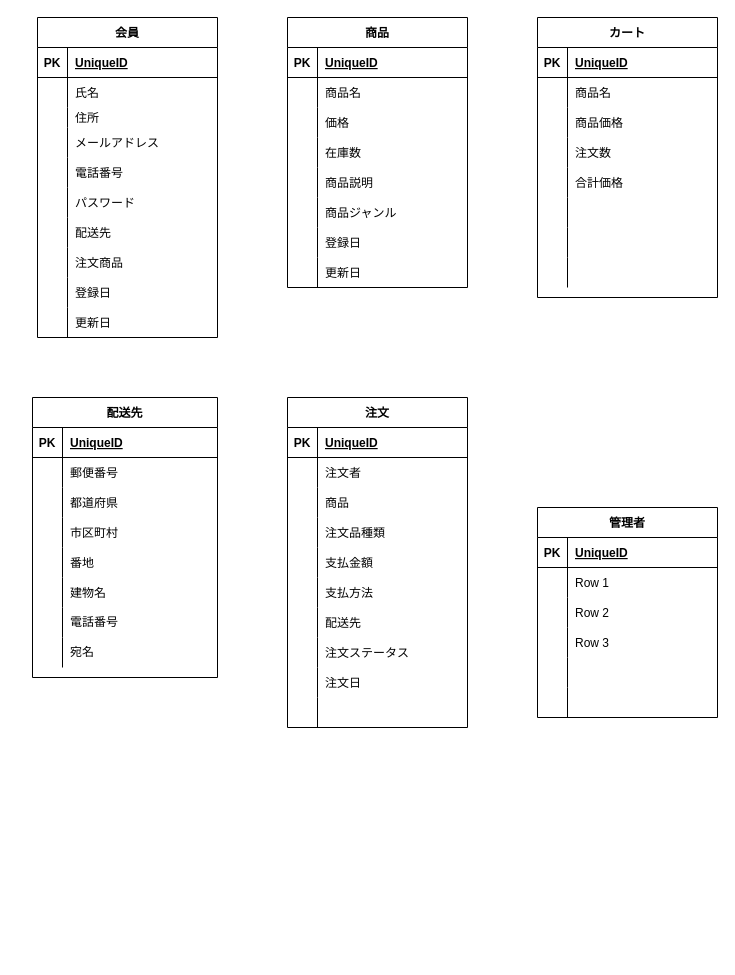
Above: WCPチーム開発ER図.drawio in TOMOKIHAGUI/WCR-TEAM_ER (draw.io), before the change. Source tidied: cells renumbered, new cells numbered last; positions are measured from the earlier drawing's top-left corner, leaving out a move shared by most shapes. Both pictures are drawn from the tidied source at 100%, with x=0, y=0 at pixel (32, 17).
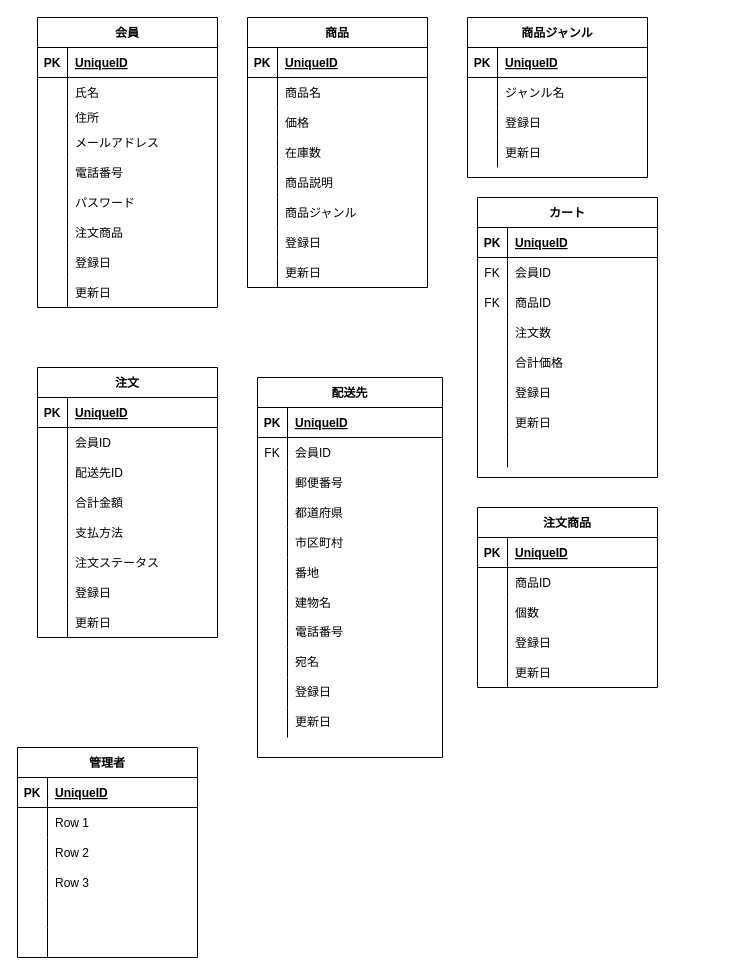
After the change.

Commit message (it also covers changes not shown here):
WCPチーム開発ER図.drawio を更新します

The change refers to these unchanged cells:
```xml
<mxCell id="87" style="shape=partialRectangle;fillColor=none;top=0;left=0;bottom=0;right=0;" parent="83" vertex="1">
  <mxGeometry y="60" width="180" height="30" as="geometry" />
</mxCell>
<mxCell id="149" style="shape=partialRectangle;fillColor=none;top=0;left=0;bottom=0;right=0;" parent="133" vertex="1">
  <mxGeometry y="180" width="180" height="30" as="geometry" />
</mxCell>
<mxCell id="152" style="shape=partialRectangle;fillColor=none;top=0;left=0;bottom=0;right=0;" parent="133" vertex="1">
  <mxGeometry y="210" width="180" height="30" as="geometry" />
</mxCell>
```

Diff of the diagram source:
```diff
@@
     <mxCell id="2" value="会員" style="shape=table;startSize=30;childLayout=tableLayout;rowLines=0;fontStyle=1;align=center;" parent="1" vertex="1">
-      <mxGeometry x="5" width="180" height="320" as="geometry" />
+      <mxGeometry x="5" width="180" height="290" as="geometry" />
     </mxCell>
@@
-    <mxCell id="21" style="shape=partialRectangle;fillColor=none;top=0;left=0;bottom=0;right=0;" parent="2" vertex="1">
-      <mxGeometry y="200" width="180" height="30" as="geometry" />
-    </mxCell>
-    <mxCell id="22" style="shape=partialRectangle;fillColor=none;top=0;left=0;bottom=0;right=0;overflow=hidden;" parent="21" vertex="1">
-      <mxGeometry width="30" height="30" as="geometry" />
-    </mxCell>
-    <mxCell id="23" value="配送先" style="shape=partialRectangle;fillColor=none;top=0;left=0;bottom=0;right=0;align=left;spacingLeft=6;overflow=hidden;" parent="21" vertex="1">
-      <mxGeometry x="30" width="150" height="30" as="geometry" />
-    </mxCell>
     <mxCell id="24" style="shape=partialRectangle;fillColor=none;top=0;left=0;bottom=0;right=0;" parent="2" vertex="1">
-      <mxGeometry y="230" width="180" height="30" as="geometry" />
+      <mxGeometry y="200" width="180" height="30" as="geometry" />
     </mxCell>
@@
     <mxCell id="27" style="shape=partialRectangle;fillColor=none;top=0;left=0;bottom=0;right=0;" parent="2" vertex="1">
-      <mxGeometry y="260" width="180" height="30" as="geometry" />
+      <mxGeometry y="230" width="180" height="30" as="geometry" />
     </mxCell>
@@
     <mxCell id="30" style="shape=partialRectangle;fillColor=none;top=0;left=0;bottom=0;right=0;" parent="2" vertex="1">
-      <mxGeometry y="290" width="180" height="30" as="geometry" />
+      <mxGeometry y="260" width="180" height="30" as="geometry" />
     </mxCell>
@@
     <mxCell id="33" value="商品" style="shape=table;startSize=30;childLayout=tableLayout;rowLines=0;fontStyle=1;align=center;" parent="1" vertex="1">
-      <mxGeometry x="255" width="180" height="270" as="geometry" />
+      <mxGeometry x="215" width="180" height="270" as="geometry" />
     </mxCell>
@@
     <mxCell id="58" value="配送先" style="shape=table;startSize=30;childLayout=tableLayout;rowLines=0;fontStyle=1;align=center;" parent="1" vertex="1">
-      <mxGeometry y="380" width="185" height="280" as="geometry" />
+      <mxGeometry x="225" y="360" width="185" height="380" as="geometry" />
     </mxCell>
@@
+    <mxCell id="158" style="shape=partialRectangle;fillColor=none;top=0;left=0;bottom=0;right=0;" parent="58" vertex="1">
+      <mxGeometry y="60" width="185" height="30" as="geometry" />
+    </mxCell>
+    <mxCell id="159" value="FK" style="shape=partialRectangle;fillColor=none;top=0;left=0;bottom=0;right=0;overflow=hidden;" parent="158" vertex="1">
+      <mxGeometry width="30" height="30" as="geometry" />
+    </mxCell>
+    <mxCell id="160" value="会員ID" style="shape=partialRectangle;fillColor=none;top=0;left=0;bottom=0;right=0;align=left;spacingLeft=6;overflow=hidden;" parent="158" vertex="1">
+      <mxGeometry x="30" width="155" height="30" as="geometry" />
+    </mxCell>
     <mxCell id="62" style="shape=partialRectangle;fillColor=none;top=0;left=0;bottom=0;right=0;" parent="58" vertex="1">
-      <mxGeometry y="60" width="185" height="30" as="geometry" />
+      <mxGeometry y="90" width="185" height="30" as="geometry" />
     </mxCell>
@@
     <mxCell id="65" style="shape=partialRectangle;fillColor=none;top=0;left=0;bottom=0;right=0;" parent="58" vertex="1">
-      <mxGeometry y="90" width="185" height="30" as="geometry" />
+      <mxGeometry y="120" width="185" height="30" as="geometry" />
     </mxCell>
@@
     <mxCell id="68" style="shape=partialRectangle;fillColor=none;top=0;left=0;bottom=0;right=0;" parent="58" vertex="1">
-      <mxGeometry y="120" width="185" height="30" as="geometry" />
+      <mxGeometry y="150" width="185" height="30" as="geometry" />
     </mxCell>
@@
     <mxCell id="71" style="shape=partialRectangle;fillColor=none;top=0;left=0;bottom=0;right=0;" parent="58" vertex="1">
-      <mxGeometry y="150" width="185" height="30" as="geometry" />
+      <mxGeometry y="180" width="185" height="30" as="geometry" />
     </mxCell>
@@
     <mxCell id="74" style="shape=partialRectangle;fillColor=none;top=0;left=0;bottom=0;right=0;" parent="58" vertex="1">
-      <mxGeometry y="180" width="185" height="30" as="geometry" />
+      <mxGeometry y="210" width="185" height="30" as="geometry" />
     </mxCell>
@@
     <mxCell id="77" style="shape=partialRectangle;fillColor=none;top=0;left=0;bottom=0;right=0;" parent="58" vertex="1">
-      <mxGeometry y="210" width="185" height="30" as="geometry" />
+      <mxGeometry y="240" width="185" height="30" as="geometry" />
     </mxCell>
@@
     <mxCell id="80" style="shape=partialRectangle;fillColor=none;top=0;left=0;bottom=0;right=0;" parent="58" vertex="1">
-      <mxGeometry y="240" width="185" height="30" as="geometry" />
+      <mxGeometry y="270" width="185" height="30" as="geometry" />
     </mxCell>
@@
+    <mxCell id="161" style="shape=partialRectangle;fillColor=none;top=0;left=0;bottom=0;right=0;" parent="58" vertex="1">
+      <mxGeometry y="300" width="185" height="30" as="geometry" />
+    </mxCell>
+    <mxCell id="162" style="shape=partialRectangle;fillColor=none;top=0;left=0;bottom=0;right=0;overflow=hidden;" parent="161" vertex="1">
+      <mxGeometry width="30" height="30" as="geometry" />
+    </mxCell>
+    <mxCell id="163" value="登録日" style="shape=partialRectangle;fillColor=none;top=0;left=0;bottom=0;right=0;align=left;spacingLeft=6;overflow=hidden;whiteSpace=wrap;" parent="161" vertex="1">
+      <mxGeometry x="30" width="155" height="30" as="geometry" />
+    </mxCell>
+    <mxCell id="164" style="shape=partialRectangle;fillColor=none;top=0;left=0;bottom=0;right=0;" parent="58" vertex="1">
+      <mxGeometry y="330" width="185" height="30" as="geometry" />
+    </mxCell>
+    <mxCell id="165" style="shape=partialRectangle;fillColor=none;top=0;left=0;bottom=0;right=0;overflow=hidden;" parent="164" vertex="1">
+      <mxGeometry width="30" height="30" as="geometry" />
+    </mxCell>
+    <mxCell id="166" value="更新日" style="shape=partialRectangle;fillColor=none;top=0;left=0;bottom=0;right=0;align=left;spacingLeft=6;overflow=hidden;whiteSpace=wrap;" parent="164" vertex="1">
+      <mxGeometry x="30" width="155" height="30" as="geometry" />
+    </mxCell>
     <mxCell id="83" value="注文" style="shape=table;startSize=30;childLayout=tableLayout;rowLines=0;fontStyle=1;align=center;" parent="1" vertex="1">
-      <mxGeometry x="255" y="380" width="180" height="330" as="geometry" />
+      <mxGeometry x="5" y="350" width="180" height="270" as="geometry" />
     </mxCell>
@@
-    <mxCell id="89" value="注文者" style="shape=partialRectangle;fillColor=none;top=0;left=0;bottom=0;right=0;align=left;spacingLeft=6;overflow=hidden;" parent="87" vertex="1">
+    <mxCell id="89" value="会員ID" style="shape=partialRectangle;fillColor=none;top=0;left=0;bottom=0;right=0;align=left;spacingLeft=6;overflow=hidden;" parent="87" vertex="1">
       <mxGeometry x="30" width="150" height="30" as="geometry" />
     </mxCell>
-    <mxCell id="90" style="shape=partialRectangle;fillColor=none;top=0;left=0;bottom=0;right=0;" parent="83" vertex="1">
-      <mxGeometry y="90" width="180" height="30" as="geometry" />
-    </mxCell>
-    <mxCell id="91" style="shape=partialRectangle;fillColor=none;top=0;left=0;bottom=0;right=0;overflow=hidden;" parent="90" vertex="1">
-      <mxGeometry width="30" height="30" as="geometry" />
-    </mxCell>
-    <mxCell id="92" value="商品" style="shape=partialRectangle;fillColor=none;top=0;left=0;bottom=0;right=0;align=left;spacingLeft=6;overflow=hidden;" parent="90" vertex="1">
-      <mxGeometry x="30" width="150" height="30" as="geometry" />
-    </mxCell>
-    <mxCell id="93" style="shape=partialRectangle;fillColor=none;top=0;left=0;bottom=0;right=0;" parent="83" vertex="1">
-      <mxGeometry y="120" width="180" height="30" as="geometry" />
-    </mxCell>
-    <mxCell id="94" style="shape=partialRectangle;fillColor=none;top=0;left=0;bottom=0;right=0;overflow=hidden;" parent="93" vertex="1">
-      <mxGeometry width="30" height="30" as="geometry" />
-    </mxCell>
-    <mxCell id="95" value="注文品種類" style="shape=partialRectangle;fillColor=none;top=0;left=0;bottom=0;right=0;align=left;spacingLeft=6;overflow=hidden;" parent="93" vertex="1">
-      <mxGeometry x="30" width="150" height="30" as="geometry" />
-    </mxCell>
+    <mxCell id="167" style="shape=partialRectangle;fillColor=none;top=0;left=0;bottom=0;right=0;" parent="83" vertex="1">
+      <mxGeometry y="90" width="180" height="30" as="geometry" />
+    </mxCell>
+    <mxCell id="168" style="shape=partialRectangle;fillColor=none;top=0;left=0;bottom=0;right=0;overflow=hidden;" parent="167" vertex="1">
+      <mxGeometry width="30" height="30" as="geometry" />
+    </mxCell>
+    <mxCell id="169" value="配送先ID" style="shape=partialRectangle;fillColor=none;top=0;left=0;bottom=0;right=0;align=left;spacingLeft=6;overflow=hidden;" parent="167" vertex="1">
+      <mxGeometry x="30" width="150" height="30" as="geometry" />
+    </mxCell>
     <mxCell id="96" style="shape=partialRectangle;fillColor=none;top=0;left=0;bottom=0;right=0;" parent="83" vertex="1">
-      <mxGeometry y="150" width="180" height="30" as="geometry" />
+      <mxGeometry y="120" width="180" height="30" as="geometry" />
     </mxCell>
@@
-    <mxCell id="98" value="支払金額" style="shape=partialRectangle;fillColor=none;top=0;left=0;bottom=0;right=0;align=left;spacingLeft=6;overflow=hidden;" parent="96" vertex="1">
+    <mxCell id="98" value="合計金額" style="shape=partialRectangle;fillColor=none;top=0;left=0;bottom=0;right=0;align=left;spacingLeft=6;overflow=hidden;" parent="96" vertex="1">
       <mxGeometry x="30" width="150" height="30" as="geometry" />
     </mxCell>
     <mxCell id="99" style="shape=partialRectangle;fillColor=none;top=0;left=0;bottom=0;right=0;" parent="83" vertex="1">
-      <mxGeometry y="180" width="180" height="30" as="geometry" />
+      <mxGeometry y="150" width="180" height="30" as="geometry" />
     </mxCell>
@@
-    <mxCell id="102" style="shape=partialRectangle;fillColor=none;top=0;left=0;bottom=0;right=0;" parent="83" vertex="1">
-      <mxGeometry y="210" width="180" height="30" as="geometry" />
-    </mxCell>
-    <mxCell id="103" style="shape=partialRectangle;fillColor=none;top=0;left=0;bottom=0;right=0;overflow=hidden;" parent="102" vertex="1">
-      <mxGeometry width="30" height="30" as="geometry" />
-    </mxCell>
-    <mxCell id="104" value="配送先" style="shape=partialRectangle;fillColor=none;top=0;left=0;bottom=0;right=0;align=left;spacingLeft=6;overflow=hidden;" parent="102" vertex="1">
-      <mxGeometry x="30" width="150" height="30" as="geometry" />
-    </mxCell>
     <mxCell id="105" style="shape=partialRectangle;fillColor=none;top=0;left=0;bottom=0;right=0;" parent="83" vertex="1">
-      <mxGeometry y="240" width="180" height="30" as="geometry" />
+      <mxGeometry y="180" width="180" height="30" as="geometry" />
     </mxCell>
@@
     <mxCell id="108" style="shape=partialRectangle;fillColor=none;top=0;left=0;bottom=0;right=0;" parent="83" vertex="1">
-      <mxGeometry y="270" width="180" height="30" as="geometry" />
+      <mxGeometry y="210" width="180" height="30" as="geometry" />
     </mxCell>
@@
-    <mxCell id="110" value="注文日" style="shape=partialRectangle;fillColor=none;top=0;left=0;bottom=0;right=0;align=left;spacingLeft=6;overflow=hidden;" parent="108" vertex="1">
+    <mxCell id="110" value="登録日" style="shape=partialRectangle;fillColor=none;top=0;left=0;bottom=0;right=0;align=left;spacingLeft=6;overflow=hidden;" parent="108" vertex="1">
       <mxGeometry x="30" width="150" height="30" as="geometry" />
     </mxCell>
     <mxCell id="111" style="shape=partialRectangle;fillColor=none;top=0;left=0;bottom=0;right=0;" parent="83" vertex="1">
-      <mxGeometry y="300" width="180" height="30" as="geometry" />
+      <mxGeometry y="240" width="180" height="30" as="geometry" />
     </mxCell>
@@
-    <mxCell id="113" style="shape=partialRectangle;fillColor=none;top=0;left=0;bottom=0;right=0;align=left;spacingLeft=6;overflow=hidden;" parent="111" vertex="1">
+    <mxCell id="113" value="更新日" style="shape=partialRectangle;fillColor=none;top=0;left=0;bottom=0;right=0;align=left;spacingLeft=6;overflow=hidden;" parent="111" vertex="1">
       <mxGeometry x="30" width="150" height="30" as="geometry" />
     </mxCell>
     <mxCell id="114" value="管理者" style="shape=table;startSize=30;childLayout=tableLayout;rowLines=0;fontStyle=1;align=center;fillColor=none;" parent="1" vertex="1">
-      <mxGeometry x="505" y="490" width="180" height="210" as="geometry" />
+      <mxGeometry x="-15" y="730" width="180" height="210" as="geometry" />
     </mxCell>
@@
     <mxCell id="133" value="カート" style="shape=table;startSize=30;childLayout=tableLayout;rowLines=0;fontStyle=1;align=center;fillColor=none;" parent="1" vertex="1">
-      <mxGeometry x="505" width="180" height="280" as="geometry" />
+      <mxGeometry x="445" y="180" width="180" height="280" as="geometry" />
     </mxCell>
@@
+    <mxCell id="170" style="shape=partialRectangle;fillColor=none;top=0;left=0;bottom=0;right=0;" parent="133" vertex="1">
+      <mxGeometry y="60" width="180" height="30" as="geometry" />
+    </mxCell>
+    <mxCell id="171" value="FK" style="shape=partialRectangle;fillColor=none;top=0;left=0;bottom=0;right=0;overflow=hidden;" parent="170" vertex="1">
+      <mxGeometry width="30" height="30" as="geometry" />
+    </mxCell>
+    <mxCell id="172" value="会員ID" style="shape=partialRectangle;fillColor=none;top=0;left=0;bottom=0;right=0;align=left;spacingLeft=6;overflow=hidden;" parent="170" vertex="1">
+      <mxGeometry x="30" width="150" height="30" as="geometry" />
+    </mxCell>
     <mxCell id="137" style="shape=partialRectangle;fillColor=none;top=0;left=0;bottom=0;right=0;" parent="133" vertex="1">
-      <mxGeometry y="60" width="180" height="30" as="geometry" />
+      <mxGeometry y="90" width="180" height="30" as="geometry" />
     </mxCell>
-    <mxCell id="138" style="shape=partialRectangle;fillColor=none;top=0;left=0;bottom=0;right=0;overflow=hidden;" parent="137" vertex="1">
+    <mxCell id="138" value="FK" style="shape=partialRectangle;fillColor=none;top=0;left=0;bottom=0;right=0;overflow=hidden;" parent="137" vertex="1">
       <mxGeometry width="30" height="30" as="geometry" />
     </mxCell>
-    <mxCell id="139" value="商品名" style="shape=partialRectangle;fillColor=none;top=0;left=0;bottom=0;right=0;align=left;spacingLeft=6;overflow=hidden;" parent="137" vertex="1">
+    <mxCell id="139" value="商品ID" style="shape=partialRectangle;fillColor=none;top=0;left=0;bottom=0;right=0;align=left;spacingLeft=6;overflow=hidden;" parent="137" vertex="1">
       <mxGeometry x="30" width="150" height="30" as="geometry" />
     </mxCell>
-    <mxCell id="140" style="shape=partialRectangle;fillColor=none;top=0;left=0;bottom=0;right=0;" parent="133" vertex="1">
-      <mxGeometry y="90" width="180" height="30" as="geometry" />
-    </mxCell>
-    <mxCell id="141" style="shape=partialRectangle;fillColor=none;top=0;left=0;bottom=0;right=0;overflow=hidden;" parent="140" vertex="1">
-      <mxGeometry width="30" height="30" as="geometry" />
-    </mxCell>
-    <mxCell id="142" value="商品価格" style="shape=partialRectangle;fillColor=none;top=0;left=0;bottom=0;right=0;align=left;spacingLeft=6;overflow=hidden;" parent="140" vertex="1">
-      <mxGeometry x="30" width="150" height="30" as="geometry" />
-    </mxCell>
@@
-    <mxCell id="151" style="shape=partialRectangle;fillColor=none;top=0;left=0;bottom=0;right=0;align=left;spacingLeft=6;overflow=hidden;" parent="149" vertex="1">
+    <mxCell id="151" value="登録日" style="shape=partialRectangle;fillColor=none;top=0;left=0;bottom=0;right=0;align=left;spacingLeft=6;overflow=hidden;" parent="149" vertex="1">
       <mxGeometry x="30" width="150" height="30" as="geometry" />
     </mxCell>
@@
-    <mxCell id="154" style="shape=partialRectangle;fillColor=none;top=0;left=0;bottom=0;right=0;align=left;spacingLeft=6;overflow=hidden;" parent="152" vertex="1">
+    <mxCell id="154" value="更新日" style="shape=partialRectangle;fillColor=none;top=0;left=0;bottom=0;right=0;align=left;spacingLeft=6;overflow=hidden;" parent="152" vertex="1">
       <mxGeometry x="30" width="150" height="30" as="geometry" />
     </mxCell>
@@
+    <mxCell id="173" value="注文商品" style="shape=table;startSize=30;childLayout=tableLayout;rowLines=0;fontStyle=1;align=center;" parent="1" vertex="1">
+      <mxGeometry x="445" y="490" width="180" height="180" as="geometry" />
+    </mxCell>
+    <mxCell id="174" style="shape=partialRectangle;fillColor=none;top=0;left=0;bottom=1;right=0;" parent="173" vertex="1">
+      <mxGeometry y="30" width="180" height="30" as="geometry" />
+    </mxCell>
+    <mxCell id="175" value="PK" style="shape=partialRectangle;fillColor=none;top=0;left=0;bottom=0;right=0;fontStyle=1;overflow=hidden;" parent="174" vertex="1">
+      <mxGeometry width="30" height="30" as="geometry" />
+    </mxCell>
+    <mxCell id="176" value="UniqueID" style="shape=partialRectangle;fillColor=none;top=0;left=0;bottom=0;right=0;align=left;spacingLeft=6;fontStyle=5;overflow=hidden;" parent="174" vertex="1">
+      <mxGeometry x="30" width="150" height="30" as="geometry" />
+    </mxCell>
+    <mxCell id="177" style="shape=partialRectangle;fillColor=none;top=0;left=0;bottom=0;right=0;" parent="173" vertex="1">
+      <mxGeometry y="60" width="180" height="30" as="geometry" />
+    </mxCell>
+    <mxCell id="178" style="shape=partialRectangle;fillColor=none;top=0;left=0;bottom=0;right=0;overflow=hidden;" parent="177" vertex="1">
+      <mxGeometry width="30" height="30" as="geometry" />
+    </mxCell>
+    <mxCell id="179" value="商品ID" style="shape=partialRectangle;fillColor=none;top=0;left=0;bottom=0;right=0;align=left;spacingLeft=6;overflow=hidden;" parent="177" vertex="1">
+      <mxGeometry x="30" width="150" height="30" as="geometry" />
+    </mxCell>
+    <mxCell id="180" style="shape=partialRectangle;fillColor=none;top=0;left=0;bottom=0;right=0;" parent="173" vertex="1">
+      <mxGeometry y="90" width="180" height="30" as="geometry" />
+    </mxCell>
+    <mxCell id="181" style="shape=partialRectangle;fillColor=none;top=0;left=0;bottom=0;right=0;overflow=hidden;" parent="180" vertex="1">
+      <mxGeometry width="30" height="30" as="geometry" />
+    </mxCell>
+    <mxCell id="182" value="個数" style="shape=partialRectangle;fillColor=none;top=0;left=0;bottom=0;right=0;align=left;spacingLeft=6;overflow=hidden;" parent="180" vertex="1">
+      <mxGeometry x="30" width="150" height="30" as="geometry" />
+    </mxCell>
+    <mxCell id="183" style="shape=partialRectangle;fillColor=none;top=0;left=0;bottom=0;right=0;" parent="173" vertex="1">
+      <mxGeometry y="120" width="180" height="30" as="geometry" />
+    </mxCell>
+    <mxCell id="184" style="shape=partialRectangle;fillColor=none;top=0;left=0;bottom=0;right=0;overflow=hidden;" parent="183" vertex="1">
+      <mxGeometry width="30" height="30" as="geometry" />
+    </mxCell>
+    <mxCell id="185" value="登録日" style="shape=partialRectangle;fillColor=none;top=0;left=0;bottom=0;right=0;align=left;spacingLeft=6;overflow=hidden;" parent="183" vertex="1">
+      <mxGeometry x="30" width="150" height="30" as="geometry" />
+    </mxCell>
+    <mxCell id="186" style="shape=partialRectangle;fillColor=none;top=0;left=0;bottom=0;right=0;" parent="173" vertex="1">
+      <mxGeometry y="150" width="180" height="30" as="geometry" />
+    </mxCell>
+    <mxCell id="187" style="shape=partialRectangle;fillColor=none;top=0;left=0;bottom=0;right=0;overflow=hidden;" parent="186" vertex="1">
+      <mxGeometry width="30" height="30" as="geometry" />
+    </mxCell>
+    <mxCell id="188" value="更新日" style="shape=partialRectangle;fillColor=none;top=0;left=0;bottom=0;right=0;align=left;spacingLeft=6;overflow=hidden;" parent="186" vertex="1">
+      <mxGeometry x="30" width="150" height="30" as="geometry" />
+    </mxCell>
+    <mxCell id="189" value="商品ジャンル" style="shape=table;startSize=30;childLayout=tableLayout;rowLines=0;fontStyle=1;align=center;" parent="1" vertex="1">
+      <mxGeometry x="435" width="180" height="160" as="geometry" />
+    </mxCell>
+    <mxCell id="190" style="shape=partialRectangle;fillColor=none;top=0;left=0;bottom=1;right=0;" parent="189" vertex="1">
+      <mxGeometry y="30" width="180" height="30" as="geometry" />
+    </mxCell>
+    <mxCell id="191" value="PK" style="shape=partialRectangle;fillColor=none;top=0;left=0;bottom=0;right=0;fontStyle=1;overflow=hidden;" parent="190" vertex="1">
+      <mxGeometry width="30" height="30" as="geometry" />
+    </mxCell>
+    <mxCell id="192" value="UniqueID" style="shape=partialRectangle;fillColor=none;top=0;left=0;bottom=0;right=0;align=left;spacingLeft=6;fontStyle=5;overflow=hidden;" parent="190" vertex="1">
+      <mxGeometry x="30" width="150" height="30" as="geometry" />
+    </mxCell>
+    <mxCell id="193" style="shape=partialRectangle;fillColor=none;top=0;left=0;bottom=0;right=0;" parent="189" vertex="1">
+      <mxGeometry y="60" width="180" height="30" as="geometry" />
+    </mxCell>
+    <mxCell id="194" style="shape=partialRectangle;fillColor=none;top=0;left=0;bottom=0;right=0;overflow=hidden;" parent="193" vertex="1">
+      <mxGeometry width="30" height="30" as="geometry" />
+    </mxCell>
+    <mxCell id="195" value="ジャンル名" style="shape=partialRectangle;fillColor=none;top=0;left=0;bottom=0;right=0;align=left;spacingLeft=6;overflow=hidden;" parent="193" vertex="1">
+      <mxGeometry x="30" width="150" height="30" as="geometry" />
+    </mxCell>
+    <mxCell id="196" style="shape=partialRectangle;fillColor=none;top=0;left=0;bottom=0;right=0;" parent="189" vertex="1">
+      <mxGeometry y="90" width="180" height="30" as="geometry" />
+    </mxCell>
+    <mxCell id="197" style="shape=partialRectangle;fillColor=none;top=0;left=0;bottom=0;right=0;overflow=hidden;" parent="196" vertex="1">
+      <mxGeometry width="30" height="30" as="geometry" />
+    </mxCell>
+    <mxCell id="198" value="登録日" style="shape=partialRectangle;fillColor=none;top=0;left=0;bottom=0;right=0;align=left;spacingLeft=6;overflow=hidden;" parent="196" vertex="1">
+      <mxGeometry x="30" width="150" height="30" as="geometry" />
+    </mxCell>
+    <mxCell id="199" style="shape=partialRectangle;fillColor=none;top=0;left=0;bottom=0;right=0;" parent="189" vertex="1">
+      <mxGeometry y="120" width="180" height="30" as="geometry" />
+    </mxCell>
+    <mxCell id="200" style="shape=partialRectangle;fillColor=none;top=0;left=0;bottom=0;right=0;overflow=hidden;" parent="199" vertex="1">
+      <mxGeometry width="30" height="30" as="geometry" />
+    </mxCell>
+    <mxCell id="201" value="更新日" style="shape=partialRectangle;fillColor=none;top=0;left=0;bottom=0;right=0;align=left;spacingLeft=6;overflow=hidden;" parent="199" vertex="1">
+      <mxGeometry x="30" width="150" height="30" as="geometry" />
+    </mxCell>
```
